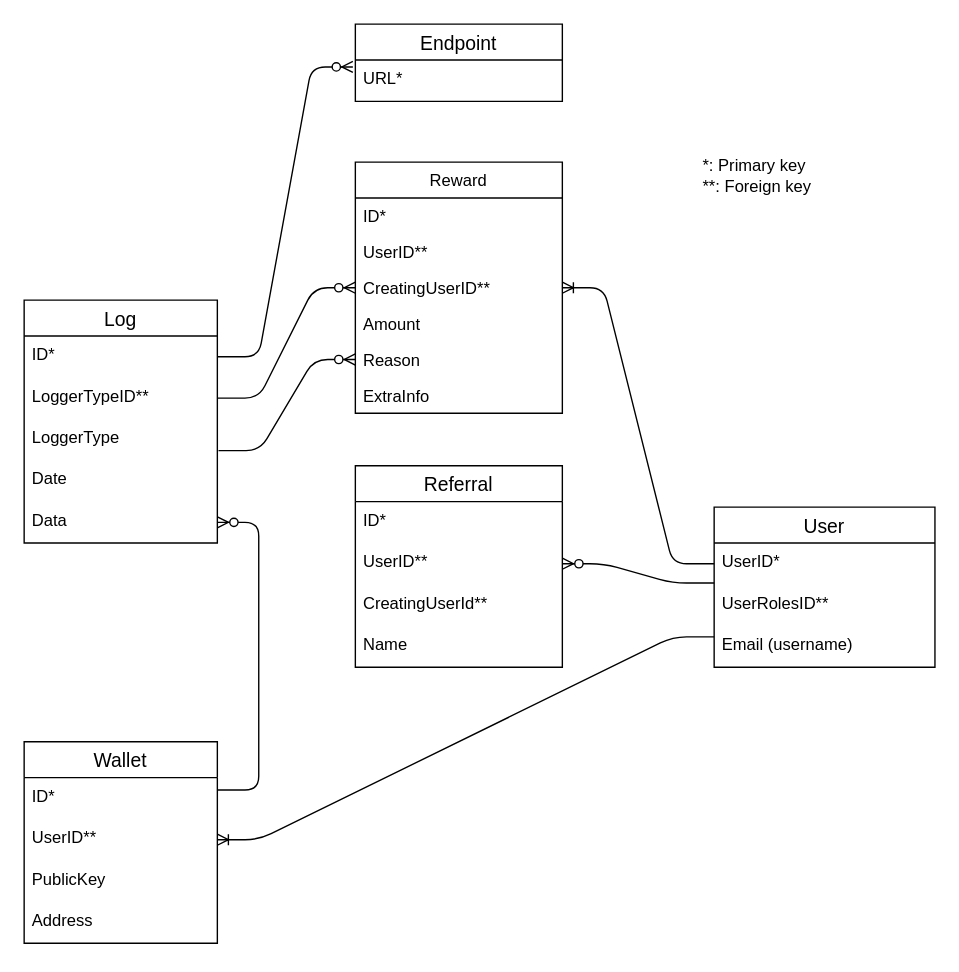
minima-global/incentivecash keeps this draw.io diagram as docs/images/dbase.drawio. Above is the earlier version. Source tidied: cells renumbered, new cells numbered last; positions are measured from the earlier drawing's top-left corner, leaving out a move shared by most shapes. Both pictures are drawn from the tidied source at 138%, with x=0, y=0 at pixel (23, 23).
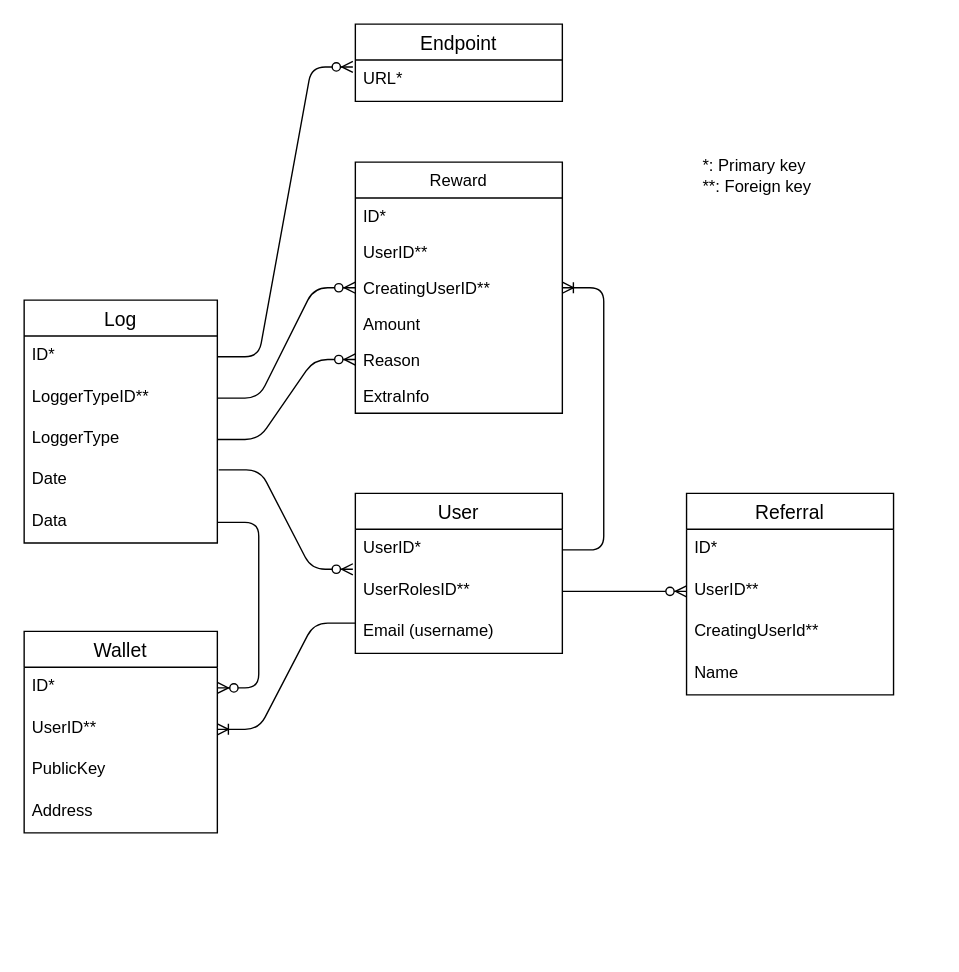
After the change.

Commit message (it also covers changes not shown here):
Dbase design

The change refers to these unchanged cells:
```xml
<mxCell id="11" value="Reason&#10;" style="text;strokeColor=none;fillColor=none;align=left;verticalAlign=top;spacingLeft=4;spacingRight=4;overflow=hidden;points=[[0,0.5],[1,0.5]];portConstraint=eastwest;" parent="6" vertex="1">
  <mxGeometry y="130" width="150" height="26" as="geometry" />
</mxCell>
<mxCell id="15" value="UserID**" style="text;strokeColor=none;fillColor=none;spacingLeft=4;spacingRight=4;overflow=hidden;points=[[0,0.5],[1,0.5]];portConstraint=eastwest;fontSize=12;" parent="13" vertex="1">
  <mxGeometry y="56" width="150" height="30" as="geometry" />
</mxCell>
<mxCell id="22" value="ID*" style="text;strokeColor=none;fillColor=none;spacingLeft=4;spacingRight=4;overflow=hidden;points=[[0,0.5],[1,0.5]];portConstraint=eastwest;fontSize=12;" parent="21" vertex="1">
  <mxGeometry y="26" width="140" height="30" as="geometry" />
</mxCell>
<mxCell id="28" value="Log" style="swimlane;fontStyle=0;horizontal=1;startSize=26;align=center;fontSize=14;" parent="1" vertex="1">
  <mxGeometry y="200" width="140" height="176" as="geometry" />
</mxCell>
<mxCell id="31" value="LoggerType" style="text;strokeColor=none;fillColor=none;spacingLeft=4;spacingRight=4;overflow=hidden;points=[[0,0.5],[1,0.5]];portConstraint=eastwest;fontSize=12;" parent="28" vertex="1">
  <mxGeometry y="86" width="140" height="30" as="geometry" />
</mxCell>
<mxCell id="32" value="Date" style="text;strokeColor=none;fillColor=none;spacingLeft=4;spacingRight=4;overflow=hidden;points=[[0,0.5],[1,0.5]];portConstraint=eastwest;fontSize=12;" parent="28" vertex="1">
  <mxGeometry y="116" width="140" height="30" as="geometry" />
</mxCell>
<mxCell id="33" value="Data" style="text;strokeColor=none;fillColor=none;spacingLeft=4;spacingRight=4;overflow=hidden;points=[[0,0.5],[1,0.5]];portConstraint=eastwest;fontSize=12;" parent="28" vertex="1">
  <mxGeometry y="146" width="140" height="30" as="geometry" />
</mxCell>
```

Change to the diagram source:
```diff
@@
     <mxCell id="2" value="User" style="swimlane;fontStyle=0;horizontal=1;startSize=26;align=center;fontSize=14;" parent="1" vertex="1">
-      <mxGeometry x="500" y="350" width="160" height="116" as="geometry" />
+      <mxGeometry x="240" y="340" width="150" height="116" as="geometry" />
     </mxCell>
     <mxCell id="3" value="UserID*" style="text;strokeColor=none;fillColor=none;spacingLeft=4;spacingRight=4;overflow=hidden;points=[[0,0.5],[1,0.5]];portConstraint=eastwest;fontSize=12;" parent="2" vertex="1">
-      <mxGeometry y="26" width="160" height="30" as="geometry" />
+      <mxGeometry y="26" width="150" height="30" as="geometry" />
     </mxCell>
     <mxCell id="4" value="UserRolesID**" style="text;strokeColor=none;fillColor=none;spacingLeft=4;spacingRight=4;overflow=hidden;points=[[0,0.5],[1,0.5]];portConstraint=eastwest;fontSize=12;" parent="2" vertex="1">
-      <mxGeometry y="56" width="160" height="30" as="geometry" />
+      <mxGeometry y="56" width="150" height="30" as="geometry" />
     </mxCell>
     <mxCell id="5" value="Email (username)" style="text;strokeColor=none;fillColor=none;spacingLeft=4;spacingRight=4;overflow=hidden;points=[[0,0.5],[1,0.5]];portConstraint=eastwest;fontSize=12;" parent="2" vertex="1">
-      <mxGeometry y="86" width="160" height="30" as="geometry" />
+      <mxGeometry y="86" width="150" height="30" as="geometry" />
     </mxCell>
@@
     <mxCell id="13" value="Referral" style="swimlane;fontStyle=0;horizontal=1;startSize=26;align=center;fontSize=14;" parent="1" vertex="1">
-      <mxGeometry x="240" y="320" width="150" height="146" as="geometry" />
+      <mxGeometry x="480" y="340" width="150" height="146" as="geometry" />
     </mxCell>
@@
-    <mxCell id="18" style="edgeStyle=entityRelationEdgeStyle;fontSize=12;html=1;endArrow=ERzeroToMany;endFill=1;exitX=0;exitY=-0.033;exitDx=0;exitDy=0;exitPerimeter=0;" parent="1" edge="1" source="4" target="15">
-      <mxGeometry relative="1" as="geometry" />
+    <mxCell id="18" style="edgeStyle=entityRelationEdgeStyle;fontSize=12;html=1;endArrow=ERzeroToMany;endFill=1;" parent="1" edge="1" target="15">
+      <mxGeometry relative="1" as="geometry">
+        <mxPoint x="390" y="411" as="sourcePoint" />
+      </mxGeometry>
     </mxCell>
@@
     <mxCell id="21" value="Wallet" style="swimlane;fontStyle=0;horizontal=1;startSize=26;align=center;fontSize=14;" parent="1" vertex="1">
-      <mxGeometry y="520" width="140" height="146" as="geometry" />
+      <mxGeometry y="440" width="140" height="146" as="geometry" />
     </mxCell>
@@
+    <mxCell id="40" style="edgeStyle=orthogonalEdgeStyle;rounded=0;orthogonalLoop=1;jettySize=auto;html=1;exitX=1;exitY=0.5;exitDx=0;exitDy=0;" parent="28" edge="1" source="32" target="32">
+      <mxGeometry relative="1" as="geometry" />
+    </mxCell>
@@
-    <mxCell id="37" style="edgeStyle=entityRelationEdgeStyle;fontSize=12;html=1;endArrow=ERzeroToMany;endFill=1;entryX=1;entryY=0.5;entryDx=0;entryDy=0;exitX=1;exitY=0.3;exitDx=0;exitDy=0;exitPerimeter=0;" parent="1" edge="1" source="22" target="33">
+    <mxCell id="37" style="edgeStyle=entityRelationEdgeStyle;fontSize=12;html=1;endArrow=ERzeroToMany;endFill=1;entryX=1;entryY=0.5;entryDx=0;entryDy=0;" parent="1" edge="1" source="33" target="22">
       <mxGeometry relative="1" as="geometry" />
     </mxCell>
@@
-    <mxCell id="39" style="edgeStyle=entityRelationEdgeStyle;fontSize=12;html=1;endArrow=ERzeroToMany;endFill=1;exitX=1.006;exitY=0.767;exitDx=0;exitDy=0;exitPerimeter=0;entryX=0;entryY=0.5;entryDx=0;entryDy=0;" parent="1" edge="1" source="31" target="11">
+    <mxCell id="39" style="edgeStyle=entityRelationEdgeStyle;fontSize=12;html=1;endArrow=ERzeroToMany;endFill=1;exitX=1;exitY=0.5;exitDx=0;exitDy=0;entryX=0;entryY=0.5;entryDx=0;entryDy=0;" parent="1" edge="1" source="31" target="11">
       <mxGeometry relative="1" as="geometry" />
     </mxCell>
+    <mxCell id="41" style="edgeStyle=entityRelationEdgeStyle;fontSize=12;html=1;endArrow=ERzeroToMany;endFill=1;exitX=1.007;exitY=0.233;exitDx=0;exitDy=0;entryX=-0.012;entryY=0.967;entryDx=0;entryDy=0;entryPerimeter=0;exitPerimeter=0;" parent="1" edge="1" source="32" target="3">
+      <mxGeometry relative="1" as="geometry" />
+    </mxCell>
```
